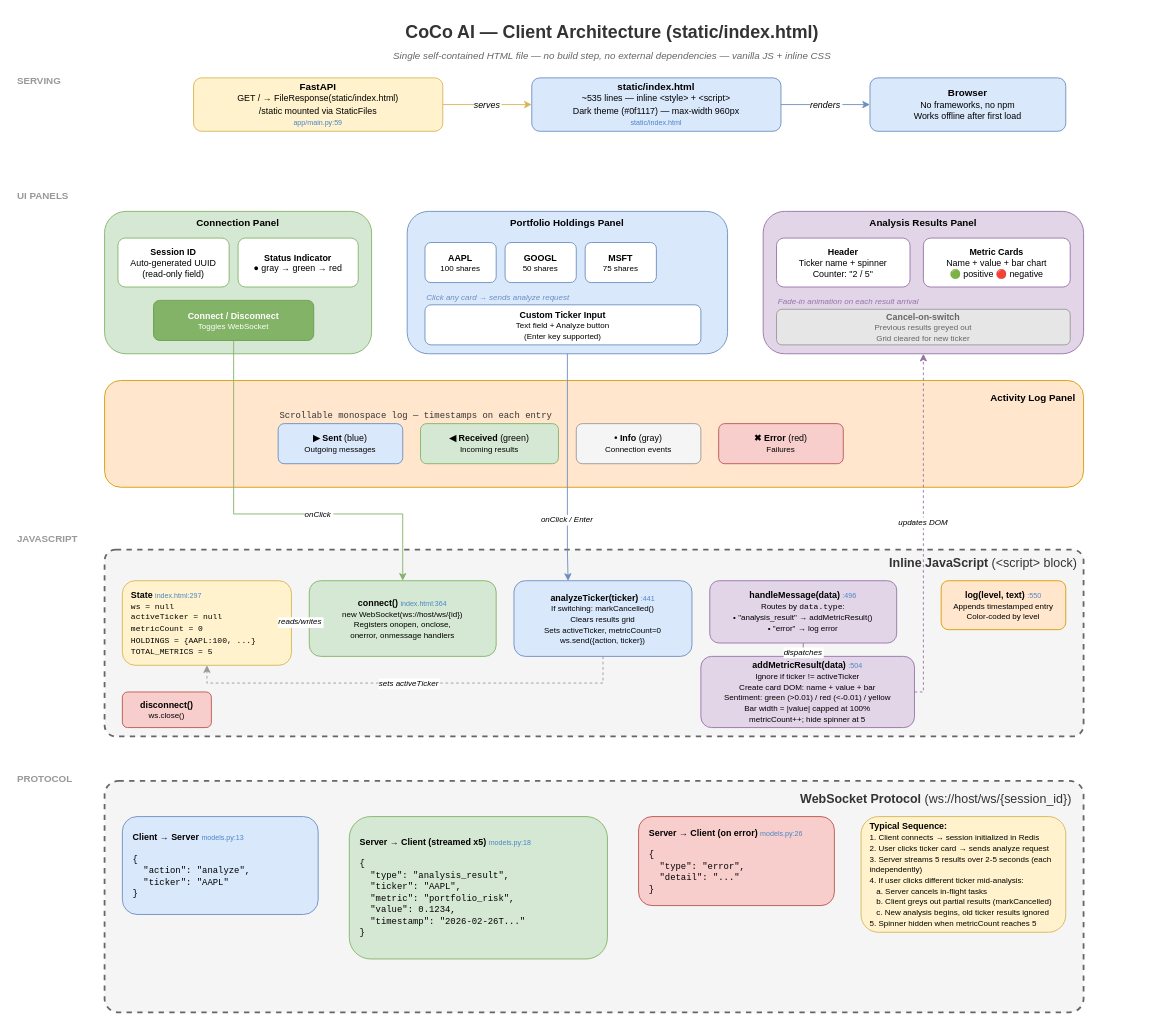
This is page "Client Architecture" (3 of 3) of documentation/diagrams/system-architecture.drawio from onexdata/stock-portfolio-analysis, a draw.io file, before an edit. Source tidied: cells renumbered, new cells numbered last; positions are measured from the earlier drawing's top-left corner, leaving out a move shared by most shapes. Both pictures are drawn from the tidied source at 89%, with x=0, y=0 at pixel (15, 15).
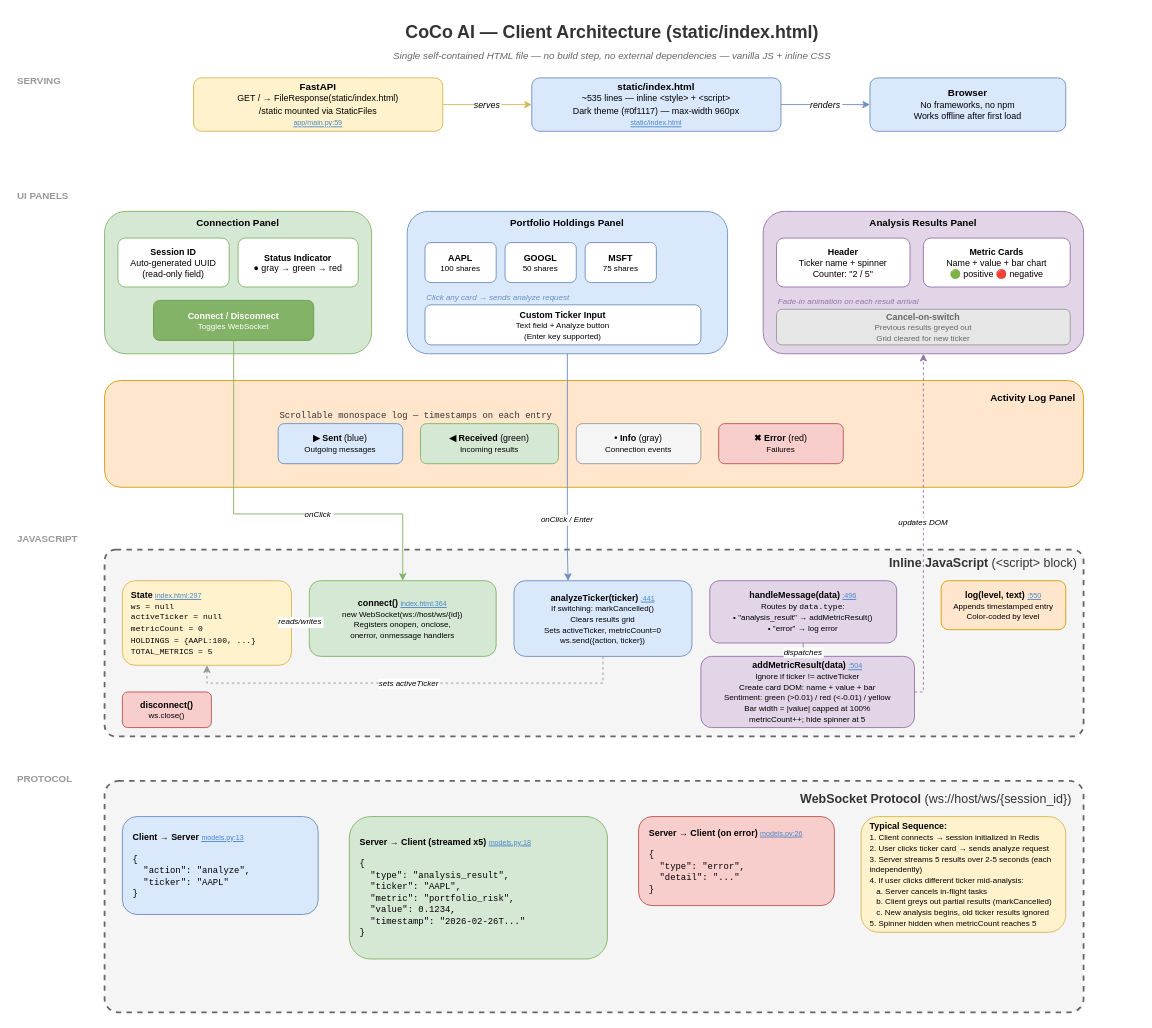
The same diagram, later.

What changed in the source:
```diff
@@
-    <mxCell id="8" value="&lt;b&gt;FastAPI&lt;/b&gt;&lt;br&gt;&lt;font style=&quot;font-size:10px&quot;&gt;GET / → FileResponse(static/index.html)&lt;br&gt;/static mounted via StaticFiles&lt;/font&gt;&lt;br&gt;&lt;font style=&quot;font-size:8px;color:#4a86c8&quot;&gt;app/main.py:59&lt;/font&gt;" style="rounded=1;whiteSpace=wrap;html=1;fillColor=#fff2cc;strokeColor=#d6b656;fontSize=11;" parent="1" vertex="1">
+    <mxCell id="8" value="&lt;b&gt;FastAPI&lt;/b&gt;&lt;br&gt;&lt;font style=&quot;font-size:10px&quot;&gt;GET / → FileResponse(static/index.html)&lt;br&gt;/static mounted via StaticFiles&lt;/font&gt;&lt;br&gt;&lt;a href=&quot;https://github.com/onexdata/stock-portfolio-analysis/blob/main/app/main.py#L59&quot; style=&quot;font-size:8px;color:#4a86c8&quot;&gt;app/main.py:59&lt;/a&gt;" style="rounded=1;whiteSpace=wrap;html=1;fillColor=#fff2cc;strokeColor=#d6b656;fontSize=11;" parent="1" vertex="1">
       <mxGeometry x="200" y="70" width="280" height="60" as="geometry" />
     </mxCell>
-    <mxCell id="9" value="&lt;b&gt;static/index.html&lt;/b&gt;&lt;br&gt;&lt;font style=&quot;font-size:10px&quot;&gt;~535 lines — inline &amp;lt;style&amp;gt; + &amp;lt;script&amp;gt;&lt;br&gt;Dark theme (#0f1117) — max-width 960px&lt;/font&gt;&lt;br&gt;&lt;font style=&quot;font-size:8px;color:#4a86c8&quot;&gt;static/index.html&lt;/font&gt;" style="rounded=1;whiteSpace=wrap;html=1;fillColor=#dae8fc;strokeColor=#6c8ebf;fontSize=11;" parent="1" vertex="1">
+    <mxCell id="9" value="&lt;b&gt;static/index.html&lt;/b&gt;&lt;br&gt;&lt;font style=&quot;font-size:10px&quot;&gt;~535 lines — inline &amp;lt;style&amp;gt; + &amp;lt;script&amp;gt;&lt;br&gt;Dark theme (#0f1117) — max-width 960px&lt;/font&gt;&lt;br&gt;&lt;a href=&quot;https://github.com/onexdata/stock-portfolio-analysis/blob/main/static/index.html&quot; style=&quot;font-size:8px;color:#4a86c8&quot;&gt;static/index.html&lt;/a&gt;" style="rounded=1;whiteSpace=wrap;html=1;fillColor=#dae8fc;strokeColor=#6c8ebf;fontSize=11;" parent="1" vertex="1">
       <mxGeometry x="580" y="70" width="280" height="60" as="geometry" />
     </mxCell>
@@
-    <mxCell id="36" value="&lt;b&gt;State&lt;/b&gt; &lt;font style=&quot;font-size:8px;color:#4a86c8&quot;&gt;index.html:297&lt;/font&gt;&lt;br&gt;&lt;font style=&quot;font-family:monospace;font-size:9px&quot;&gt;ws = null&lt;br&gt;activeTicker = null&lt;br&gt;metricCount = 0&lt;br&gt;HOLDINGS = {AAPL:100, ...}&lt;br&gt;TOTAL_METRICS = 5&lt;/font&gt;" style="rounded=1;whiteSpace=wrap;html=1;fillColor=#fff2cc;strokeColor=#d6b656;fontSize=10;align=left;spacingLeft=8;" parent="1" vertex="1">
+    <mxCell id="36" value="&lt;b&gt;State&lt;/b&gt; &lt;a href=&quot;https://github.com/onexdata/stock-portfolio-analysis/blob/main/static/index.html#L297&quot; style=&quot;font-size:8px;color:#4a86c8&quot;&gt;index.html:297&lt;/a&gt;&lt;br&gt;&lt;font style=&quot;font-family:monospace;font-size:9px&quot;&gt;ws = null&lt;br&gt;activeTicker = null&lt;br&gt;metricCount = 0&lt;br&gt;HOLDINGS = {AAPL:100, ...}&lt;br&gt;TOTAL_METRICS = 5&lt;/font&gt;" style="rounded=1;whiteSpace=wrap;html=1;fillColor=#fff2cc;strokeColor=#d6b656;fontSize=10;align=left;spacingLeft=8;" parent="1" vertex="1">
       <mxGeometry x="120" y="635" width="190" height="95" as="geometry" />
     </mxCell>
-    <mxCell id="37" value="&lt;b&gt;connect()&lt;/b&gt; &lt;font style=&quot;font-size:8px;color:#4a86c8&quot;&gt;index.html:364&lt;/font&gt;&lt;br&gt;&lt;font style=&quot;font-size:9px&quot;&gt;new WebSocket(ws://host/ws/{id})&lt;br&gt;Registers onopen, onclose,&lt;br&gt;onerror, onmessage handlers&lt;/font&gt;" style="rounded=1;whiteSpace=wrap;html=1;fillColor=#d5e8d4;strokeColor=#82b366;fontSize=10;" parent="1" vertex="1">
+    <mxCell id="37" value="&lt;b&gt;connect()&lt;/b&gt; &lt;a href=&quot;https://github.com/onexdata/stock-portfolio-analysis/blob/main/static/index.html#L364&quot; style=&quot;font-size:8px;color:#4a86c8&quot;&gt;index.html:364&lt;/a&gt;&lt;br&gt;&lt;font style=&quot;font-size:9px&quot;&gt;new WebSocket(ws://host/ws/{id})&lt;br&gt;Registers onopen, onclose,&lt;br&gt;onerror, onmessage handlers&lt;/font&gt;" style="rounded=1;whiteSpace=wrap;html=1;fillColor=#d5e8d4;strokeColor=#82b366;fontSize=10;" parent="1" vertex="1">
       <mxGeometry x="330" y="635" width="210" height="85" as="geometry" />
     </mxCell>
@@
-    <mxCell id="39" value="&lt;b&gt;analyzeTicker(ticker)&lt;/b&gt; &lt;font style=&quot;font-size:8px;color:#4a86c8&quot;&gt;:441&lt;/font&gt;&lt;br&gt;&lt;font style=&quot;font-size:9px&quot;&gt;If switching: markCancelled()&lt;br&gt;Clears results grid&lt;br&gt;Sets activeTicker, metricCount=0&lt;br&gt;ws.send({action, ticker})&lt;/font&gt;" style="rounded=1;whiteSpace=wrap;html=1;fillColor=#dae8fc;strokeColor=#6c8ebf;fontSize=10;" parent="1" vertex="1">
+    <mxCell id="39" value="&lt;b&gt;analyzeTicker(ticker)&lt;/b&gt; &lt;a href=&quot;https://github.com/onexdata/stock-portfolio-analysis/blob/main/static/index.html#L441&quot; style=&quot;font-size:8px;color:#4a86c8&quot;&gt;:441&lt;/a&gt;&lt;br&gt;&lt;font style=&quot;font-size:9px&quot;&gt;If switching: markCancelled()&lt;br&gt;Clears results grid&lt;br&gt;Sets activeTicker, metricCount=0&lt;br&gt;ws.send({action, ticker})&lt;/font&gt;" style="rounded=1;whiteSpace=wrap;html=1;fillColor=#dae8fc;strokeColor=#6c8ebf;fontSize=10;" parent="1" vertex="1">
       <mxGeometry x="560" y="635" width="200" height="85" as="geometry" />
     </mxCell>
-    <mxCell id="40" value="&lt;b&gt;handleMessage(data)&lt;/b&gt; &lt;font style=&quot;font-size:8px;color:#4a86c8&quot;&gt;:496&lt;/font&gt;&lt;br&gt;&lt;font style=&quot;font-size:9px&quot;&gt;Routes by &lt;code&gt;data.type&lt;/code&gt;:&lt;br&gt;&amp;bull; &quot;analysis_result&quot; → addMetricResult()&lt;br&gt;&amp;bull; &quot;error&quot; → log error&lt;/font&gt;" style="rounded=1;whiteSpace=wrap;html=1;fillColor=#e1d5e7;strokeColor=#9673a6;fontSize=10;" parent="1" vertex="1">
+    <mxCell id="40" value="&lt;b&gt;handleMessage(data)&lt;/b&gt; &lt;a href=&quot;https://github.com/onexdata/stock-portfolio-analysis/blob/main/static/index.html#L496&quot; style=&quot;font-size:8px;color:#4a86c8&quot;&gt;:496&lt;/a&gt;&lt;br&gt;&lt;font style=&quot;font-size:9px&quot;&gt;Routes by &lt;code&gt;data.type&lt;/code&gt;:&lt;br&gt;&amp;bull; &quot;analysis_result&quot; → addMetricResult()&lt;br&gt;&amp;bull; &quot;error&quot; → log error&lt;/font&gt;" style="rounded=1;whiteSpace=wrap;html=1;fillColor=#e1d5e7;strokeColor=#9673a6;fontSize=10;" parent="1" vertex="1">
       <mxGeometry x="780" y="635" width="210" height="70" as="geometry" />
     </mxCell>
-    <mxCell id="41" value="&lt;b&gt;addMetricResult(data)&lt;/b&gt; &lt;font style=&quot;font-size:8px;color:#4a86c8&quot;&gt;:504&lt;/font&gt;&lt;br&gt;&lt;font style=&quot;font-size:9px&quot;&gt;Ignore if ticker != activeTicker&lt;br&gt;Create card DOM: name + value + bar&lt;br&gt;Sentiment: green (&amp;gt;0.01) / red (&amp;lt;-0.01) / yellow&lt;br&gt;Bar width = |value| capped at 100%&lt;br&gt;metricCount++; hide spinner at 5&lt;/font&gt;" style="rounded=1;whiteSpace=wrap;html=1;fillColor=#e1d5e7;strokeColor=#9673a6;fontSize=10;" parent="1" vertex="1">
+    <mxCell id="41" value="&lt;b&gt;addMetricResult(data)&lt;/b&gt; &lt;a href=&quot;https://github.com/onexdata/stock-portfolio-analysis/blob/main/static/index.html#L504&quot; style=&quot;font-size:8px;color:#4a86c8&quot;&gt;:504&lt;/a&gt;&lt;br&gt;&lt;font style=&quot;font-size:9px&quot;&gt;Ignore if ticker != activeTicker&lt;br&gt;Create card DOM: name + value + bar&lt;br&gt;Sentiment: green (&amp;gt;0.01) / red (&amp;lt;-0.01) / yellow&lt;br&gt;Bar width = |value| capped at 100%&lt;br&gt;metricCount++; hide spinner at 5&lt;/font&gt;" style="rounded=1;whiteSpace=wrap;html=1;fillColor=#e1d5e7;strokeColor=#9673a6;fontSize=10;" parent="1" vertex="1">
       <mxGeometry x="770" y="720" width="240" height="80" as="geometry" />
     </mxCell>
-    <mxCell id="42" value="&lt;b&gt;log(level, text)&lt;/b&gt; &lt;font style=&quot;font-size:8px;color:#4a86c8&quot;&gt;:550&lt;/font&gt;&lt;br&gt;&lt;font style=&quot;font-size:9px&quot;&gt;Appends timestamped entry&lt;br&gt;Color-coded by level&lt;/font&gt;" style="rounded=1;whiteSpace=wrap;html=1;fillColor=#ffe6cc;strokeColor=#d79b00;fontSize=10;" parent="1" vertex="1">
+    <mxCell id="42" value="&lt;b&gt;log(level, text)&lt;/b&gt; &lt;a href=&quot;https://github.com/onexdata/stock-portfolio-analysis/blob/main/static/index.html#L550&quot; style=&quot;font-size:8px;color:#4a86c8&quot;&gt;:550&lt;/a&gt;&lt;br&gt;&lt;font style=&quot;font-size:9px&quot;&gt;Appends timestamped entry&lt;br&gt;Color-coded by level&lt;/font&gt;" style="rounded=1;whiteSpace=wrap;html=1;fillColor=#ffe6cc;strokeColor=#d79b00;fontSize=10;" parent="1" vertex="1">
       <mxGeometry x="1040" y="635" width="140" height="55" as="geometry" />
     </mxCell>
@@
-    <mxCell id="48" value="&lt;b&gt;Client → Server&lt;/b&gt; &lt;font style=&quot;font-size:8px;color:#4a86c8&quot;&gt;models.py:13&lt;/font&gt;&lt;br&gt;&lt;br&gt;&lt;font style=&quot;font-family:monospace;font-size:10px&quot;&gt;{&lt;br&gt;&amp;nbsp;&amp;nbsp;&quot;action&quot;: &quot;analyze&quot;,&lt;br&gt;&amp;nbsp;&amp;nbsp;&quot;ticker&quot;: &quot;AAPL&quot;&lt;br&gt;}&lt;/font&gt;" style="rounded=1;whiteSpace=wrap;html=1;fillColor=#dae8fc;strokeColor=#6c8ebf;fontSize=10;align=left;spacingLeft=10;" parent="1" vertex="1">
+    <mxCell id="48" value="&lt;b&gt;Client → Server&lt;/b&gt; &lt;a href=&quot;https://github.com/onexdata/stock-portfolio-analysis/blob/main/app/models.py#L13&quot; style=&quot;font-size:8px;color:#4a86c8&quot;&gt;models.py:13&lt;/a&gt;&lt;br&gt;&lt;br&gt;&lt;font style=&quot;font-family:monospace;font-size:10px&quot;&gt;{&lt;br&gt;&amp;nbsp;&amp;nbsp;&quot;action&quot;: &quot;analyze&quot;,&lt;br&gt;&amp;nbsp;&amp;nbsp;&quot;ticker&quot;: &quot;AAPL&quot;&lt;br&gt;}&lt;/font&gt;" style="rounded=1;whiteSpace=wrap;html=1;fillColor=#dae8fc;strokeColor=#6c8ebf;fontSize=10;align=left;spacingLeft=10;" parent="1" vertex="1">
       <mxGeometry x="120" y="900" width="220" height="110" as="geometry" />
     </mxCell>
-    <mxCell id="49" value="&lt;b&gt;Server → Client (streamed x5)&lt;/b&gt; &lt;font style=&quot;font-size:8px;color:#4a86c8&quot;&gt;models.py:18&lt;/font&gt;&lt;br&gt;&lt;br&gt;&lt;font style=&quot;font-family:monospace;font-size:10px&quot;&gt;{&lt;br&gt;&amp;nbsp;&amp;nbsp;&quot;type&quot;: &quot;analysis_result&quot;,&lt;br&gt;&amp;nbsp;&amp;nbsp;&quot;ticker&quot;: &quot;AAPL&quot;,&lt;br&gt;&amp;nbsp;&amp;nbsp;&quot;metric&quot;: &quot;portfolio_risk&quot;,&lt;br&gt;&amp;nbsp;&amp;nbsp;&quot;value&quot;: 0.1234,&lt;br&gt;&amp;nbsp;&amp;nbsp;&quot;timestamp&quot;: &quot;2026-02-26T...&quot;&lt;br&gt;}&lt;/font&gt;" style="rounded=1;whiteSpace=wrap;html=1;fillColor=#d5e8d4;strokeColor=#82b366;fontSize=10;align=left;spacingLeft=10;" parent="1" vertex="1">
+    <mxCell id="49" value="&lt;b&gt;Server → Client (streamed x5)&lt;/b&gt; &lt;a href=&quot;https://github.com/onexdata/stock-portfolio-analysis/blob/main/app/models.py#L18&quot; style=&quot;font-size:8px;color:#4a86c8&quot;&gt;models.py:18&lt;/a&gt;&lt;br&gt;&lt;br&gt;&lt;font style=&quot;font-family:monospace;font-size:10px&quot;&gt;{&lt;br&gt;&amp;nbsp;&amp;nbsp;&quot;type&quot;: &quot;analysis_result&quot;,&lt;br&gt;&amp;nbsp;&amp;nbsp;&quot;ticker&quot;: &quot;AAPL&quot;,&lt;br&gt;&amp;nbsp;&amp;nbsp;&quot;metric&quot;: &quot;portfolio_risk&quot;,&lt;br&gt;&amp;nbsp;&amp;nbsp;&quot;value&quot;: 0.1234,&lt;br&gt;&amp;nbsp;&amp;nbsp;&quot;timestamp&quot;: &quot;2026-02-26T...&quot;&lt;br&gt;}&lt;/font&gt;" style="rounded=1;whiteSpace=wrap;html=1;fillColor=#d5e8d4;strokeColor=#82b366;fontSize=10;align=left;spacingLeft=10;" parent="1" vertex="1">
       <mxGeometry x="375" y="900" width="290" height="160" as="geometry" />
     </mxCell>
-    <mxCell id="50" value="&lt;b&gt;Server → Client (on error)&lt;/b&gt; &lt;font style=&quot;font-size:8px;color:#4a86c8&quot;&gt;models.py:26&lt;/font&gt;&lt;br&gt;&lt;br&gt;&lt;font style=&quot;font-family:monospace;font-size:10px&quot;&gt;{&lt;br&gt;&amp;nbsp;&amp;nbsp;&quot;type&quot;: &quot;error&quot;,&lt;br&gt;&amp;nbsp;&amp;nbsp;&quot;detail&quot;: &quot;...&quot;&lt;br&gt;}&lt;/font&gt;" style="rounded=1;whiteSpace=wrap;html=1;fillColor=#f8cecc;strokeColor=#b85450;fontSize=10;align=left;spacingLeft=10;" parent="1" vertex="1">
+    <mxCell id="50" value="&lt;b&gt;Server → Client (on error)&lt;/b&gt; &lt;a href=&quot;https://github.com/onexdata/stock-portfolio-analysis/blob/main/app/models.py#L26&quot; style=&quot;font-size:8px;color:#4a86c8&quot;&gt;models.py:26&lt;/a&gt;&lt;br&gt;&lt;br&gt;&lt;font style=&quot;font-family:monospace;font-size:10px&quot;&gt;{&lt;br&gt;&amp;nbsp;&amp;nbsp;&quot;type&quot;: &quot;error&quot;,&lt;br&gt;&amp;nbsp;&amp;nbsp;&quot;detail&quot;: &quot;...&quot;&lt;br&gt;}&lt;/font&gt;" style="rounded=1;whiteSpace=wrap;html=1;fillColor=#f8cecc;strokeColor=#b85450;fontSize=10;align=left;spacingLeft=10;" parent="1" vertex="1">
       <mxGeometry x="700" y="900" width="220" height="100" as="geometry" />
     </mxCell>
```
